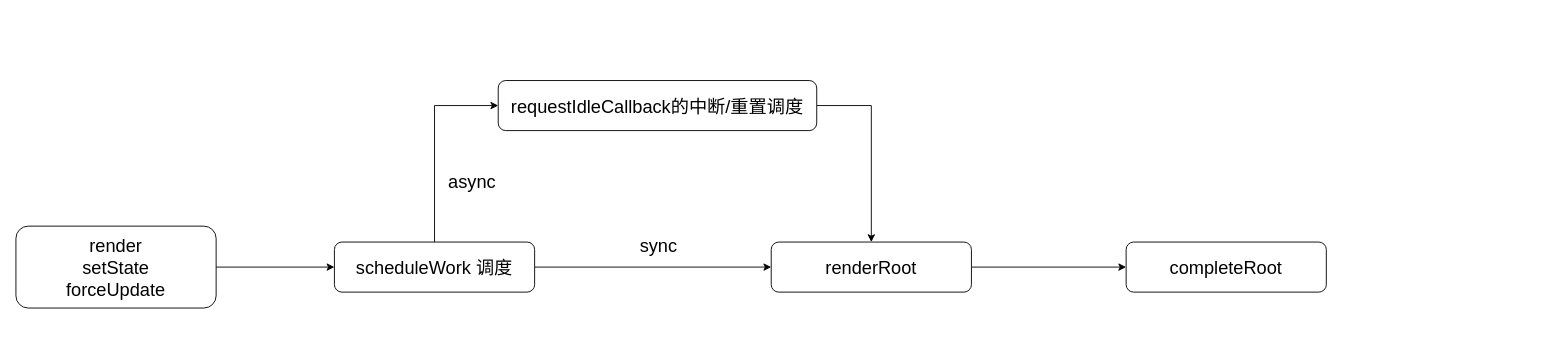
Jo-ko/blog keeps this draw.io diagram as page "Reconciler结构16.8" (1 of 10) of docs/framework/react.drawio. Above is the earlier version. Source tidied: cells renumbered, new cells numbered last; positions are measured from the earlier drawing's top-left corner, leaving out a move shared by most shapes. Both pictures are drawn from the tidied source at 91%, with x=0, y=0 at pixel (15, 80).
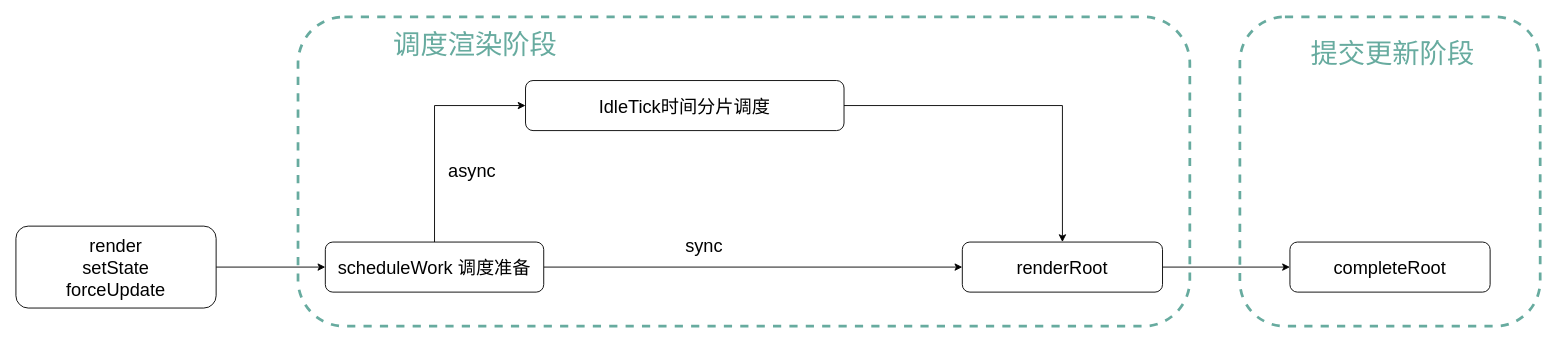
The same page after the edit.

Change to the diagram source:
```diff
@@
 <mxGraphModel>
   <root>
     <mxCell id="0" />
     <mxCell id="1" parent="0" />
+    <mxCell id="14" style="rounded=1;whiteSpace=wrap;html=1;fontSize=40;fontColor=#67AB9F;strokeColor=#67AB9F;dashed=1;strokeWidth=3;fillColor=none;" parent="1" vertex="1">
+      <mxGeometry x="310" y="-70" width="980" height="340" as="geometry" />
+    </mxCell>
     <mxCell id="2" style="edgeStyle=orthogonalEdgeStyle;rounded=0;jettySize=auto;html=1;fontSize=20;" parent="1" edge="1" source="3" target="8">
       <mxGeometry relative="1" as="geometry" />
     </mxCell>
     <mxCell id="3" value="render&lt;br&gt;setState&lt;br&gt;forceUpdate" style="rounded=1;whiteSpace=wrap;html=1;fontSize=20;" parent="1" vertex="1">
       <mxGeometry y="160" width="220" height="90" as="geometry" />
     </mxCell>
     <mxCell id="4" style="edgeStyle=orthogonalEdgeStyle;rounded=0;jettySize=auto;html=1;fontSize=20;" parent="1" edge="1" source="8" target="10">
       <mxGeometry relative="1" as="geometry" />
     </mxCell>
     <mxCell id="5" value="sync" style="edgeLabel;html=1;align=center;verticalAlign=middle;fontSize=20;" parent="4" vertex="1">
       <mxGeometry x="0.1" y="4" relative="1" as="geometry">
-        <mxPoint x="-8" y="-21" as="offset" />
+        <mxPoint x="-78" y="-21" as="offset" />
       </mxGeometry>
     </mxCell>
     <mxCell id="6" style="edgeStyle=orthogonalEdgeStyle;rounded=0;jettySize=auto;html=1;fontSize=20;entryX=0;entryY=0.5;entryDx=0;entryDy=0;" parent="1" edge="1" source="8" target="13">
       <mxGeometry relative="1" as="geometry" />
     </mxCell>
     <mxCell id="7" value="async" style="edgeLabel;html=1;align=center;verticalAlign=middle;fontSize=20;" parent="6" vertex="1">
       <mxGeometry x="-0.17" y="-2" relative="1" as="geometry">
         <mxPoint x="38" y="24" as="offset" />
       </mxGeometry>
     </mxCell>
-    <mxCell id="8" value="scheduleWork 调度" style="whiteSpace=wrap;html=1;rounded=1;fontSize=20;" parent="1" vertex="1">
-      <mxGeometry x="350" y="177.5" width="220" height="55" as="geometry" />
+    <mxCell id="8" value="scheduleWork 调度准备" style="whiteSpace=wrap;html=1;rounded=1;fontSize=20;" parent="1" vertex="1">
+      <mxGeometry x="340" y="177.5" width="240" height="55" as="geometry" />
     </mxCell>
     <mxCell id="9" style="edgeStyle=orthogonalEdgeStyle;rounded=0;jettySize=auto;html=1;fontSize=20;" parent="1" edge="1" source="10" target="11">
       <mxGeometry relative="1" as="geometry" />
     </mxCell>
     <mxCell id="10" value="renderRoot" style="whiteSpace=wrap;html=1;rounded=1;fontSize=20;" parent="1" vertex="1">
-      <mxGeometry x="830" y="177.5" width="220" height="55" as="geometry" />
+      <mxGeometry x="1040" y="177.5" width="220" height="55" as="geometry" />
     </mxCell>
     <mxCell id="11" value="completeRoot" style="whiteSpace=wrap;html=1;rounded=1;fontSize=20;" parent="1" vertex="1">
-      <mxGeometry x="1220" y="177.5" width="220" height="55" as="geometry" />
+      <mxGeometry x="1400" y="177.5" width="220" height="55" as="geometry" />
     </mxCell>
     <mxCell id="12" style="edgeStyle=orthogonalEdgeStyle;rounded=0;jettySize=auto;html=1;entryX=0.5;entryY=0;entryDx=0;entryDy=0;fontSize=20;exitX=1;exitY=0.5;exitDx=0;exitDy=0;" parent="1" edge="1" source="13" target="10">
       <mxGeometry relative="1" as="geometry" />
     </mxCell>
-    <mxCell id="13" value="requestIdleCallback的中断/重置调度" style="whiteSpace=wrap;html=1;rounded=1;fontSize=20;" parent="1" vertex="1">
-      <mxGeometry x="530" width="350" height="55" as="geometry" />
+    <mxCell id="13" value="IdleTick时间分片调度" style="whiteSpace=wrap;html=1;rounded=1;fontSize=20;" parent="1" vertex="1">
+      <mxGeometry x="560" width="350" height="55" as="geometry" />
     </mxCell>
+    <mxCell id="15" value="&lt;font style=&quot;font-size: 30px&quot;&gt;调度渲染阶段&lt;/font&gt;" style="text;html=1;strokeColor=none;fillColor=none;align=center;verticalAlign=middle;whiteSpace=wrap;rounded=0;dashed=1;fontSize=30;fontColor=#67AB9F;" parent="1" vertex="1">
+      <mxGeometry x="360" y="-60" width="290" height="40" as="geometry" />
+    </mxCell>
+    <mxCell id="16" style="rounded=1;whiteSpace=wrap;html=1;fontSize=40;fontColor=#67AB9F;strokeColor=#67AB9F;dashed=1;strokeWidth=3;fillColor=none;" parent="1" vertex="1">
+      <mxGeometry x="1345" y="-70" width="330" height="340" as="geometry" />
+    </mxCell>
+    <mxCell id="17" value="提交更新阶段" style="text;html=1;strokeColor=none;fillColor=none;align=center;verticalAlign=middle;whiteSpace=wrap;rounded=0;dashed=1;fontSize=30;fontColor=#67AB9F;" parent="1" vertex="1">
+      <mxGeometry x="1390" y="-60" width="246" height="60" as="geometry" />
+    </mxCell>
   </root>
 </mxGraphModel>
```
